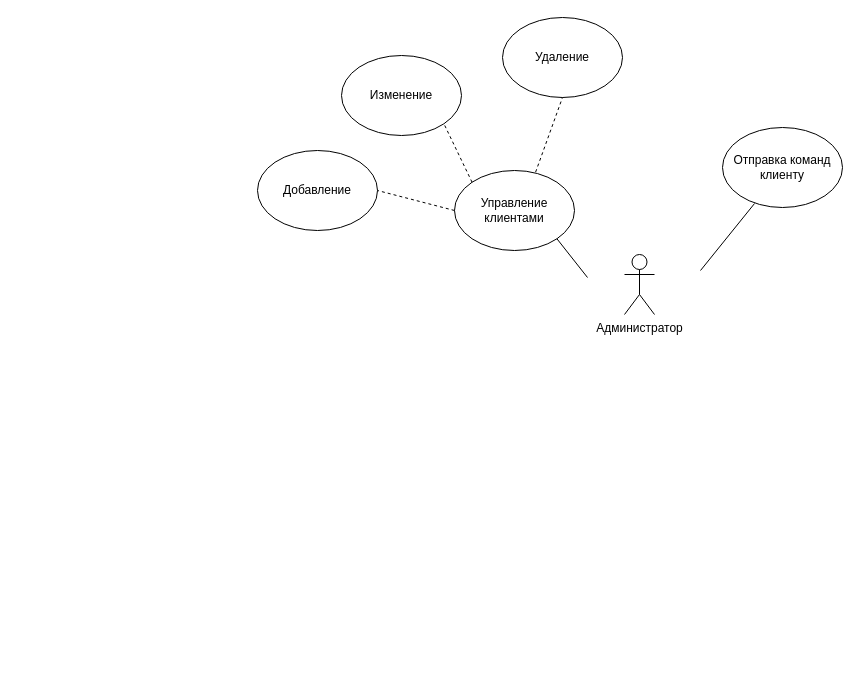
Before: прецеденты.drawio in mans5647/curs_02_01, a draw.io diagram. Source tidied: cells renumbered, new cells numbered last; positions are measured from the earlier drawing's top-left corner, leaving out a move shared by most shapes. Both pictures are drawn from the tidied source at 100%, with x=0, y=0 at pixel (257, 17).
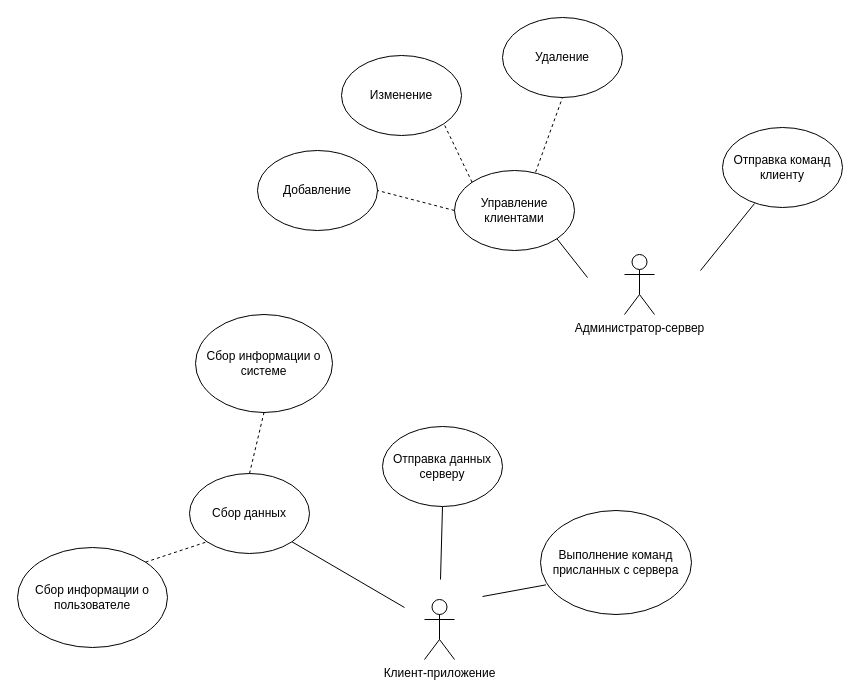
The same page after the edit.

What changed in the source:
```diff
@@
-    <mxCell id="2" value="Администратор" style="shape=umlActor;verticalLabelPosition=bottom;verticalAlign=top;html=1;" parent="1" vertex="1">
+    <mxCell id="2" value="Администратор-сервер" style="shape=umlActor;verticalLabelPosition=bottom;verticalAlign=top;html=1;" parent="1" vertex="1">
       <mxGeometry x="367" y="237" width="30" height="60" as="geometry" />
     </mxCell>
@@
+    <mxCell id="13" value="Клиент-приложение" style="shape=umlActor;verticalLabelPosition=bottom;verticalAlign=top;html=1;" parent="1" vertex="1">
+      <mxGeometry x="167" y="582" width="30" height="60" as="geometry" />
+    </mxCell>
+    <mxCell id="14" value="Сбор данных" style="ellipse;whiteSpace=wrap;html=1;" parent="1" vertex="1">
+      <mxGeometry x="-68" y="456" width="120" height="80" as="geometry" />
+    </mxCell>
+    <mxCell id="15" value="Отправка данных серверу" style="ellipse;whiteSpace=wrap;html=1;" parent="1" vertex="1">
+      <mxGeometry x="125" y="409" width="120" height="80" as="geometry" />
+    </mxCell>
+    <mxCell id="16" value="Выполнение команд присланных с сервера" style="ellipse;whiteSpace=wrap;html=1;" parent="1" vertex="1">
+      <mxGeometry x="283" y="493" width="151" height="104" as="geometry" />
+    </mxCell>
+    <mxCell id="17" style="endArrow=none;html=1;rounded=0;entryX=1;entryY=1;entryDx=0;entryDy=0;" parent="1" edge="1" target="14">
+      <mxGeometry relative="1" as="geometry">
+        <mxPoint x="147" y="590" as="sourcePoint" />
+      </mxGeometry>
+    </mxCell>
+    <mxCell id="18" style="endArrow=none;html=1;rounded=0;entryX=0.5;entryY=1;entryDx=0;entryDy=0;" parent="1" edge="1" target="15">
+      <mxGeometry relative="1" as="geometry">
+        <mxPoint x="183" y="562" as="sourcePoint" />
+      </mxGeometry>
+    </mxCell>
+    <mxCell id="19" style="endArrow=none;html=1;rounded=0;exitX=0.036;exitY=0.715;exitDx=0;exitDy=0;exitPerimeter=0;" parent="1" edge="1" source="16">
+      <mxGeometry relative="1" as="geometry">
+        <mxPoint x="225" y="579" as="targetPoint" />
+      </mxGeometry>
+    </mxCell>
+    <mxCell id="20" value="Сбор информации о системе" style="ellipse;whiteSpace=wrap;html=1;" parent="1" vertex="1">
+      <mxGeometry x="-62" y="297" width="137" height="98" as="geometry" />
+    </mxCell>
+    <mxCell id="21" value="Сбор информации о пользователе" style="ellipse;whiteSpace=wrap;html=1;" parent="1" vertex="1">
+      <mxGeometry x="-240" y="530" width="150" height="100" as="geometry" />
+    </mxCell>
+    <mxCell id="22" style="endArrow=none;dashed=1;html=1;rounded=0;entryX=0.5;entryY=1;entryDx=0;entryDy=0;exitX=0.5;exitY=0;exitDx=0;exitDy=0;" parent="1" edge="1" source="14" target="20">
+      <mxGeometry relative="1" as="geometry" />
+    </mxCell>
+    <mxCell id="23" style="endArrow=none;dashed=1;html=1;rounded=0;entryX=0;entryY=1;entryDx=0;entryDy=0;exitX=1;exitY=0;exitDx=0;exitDy=0;" parent="1" edge="1" source="21" target="14">
+      <mxGeometry relative="1" as="geometry" />
+    </mxCell>
```
